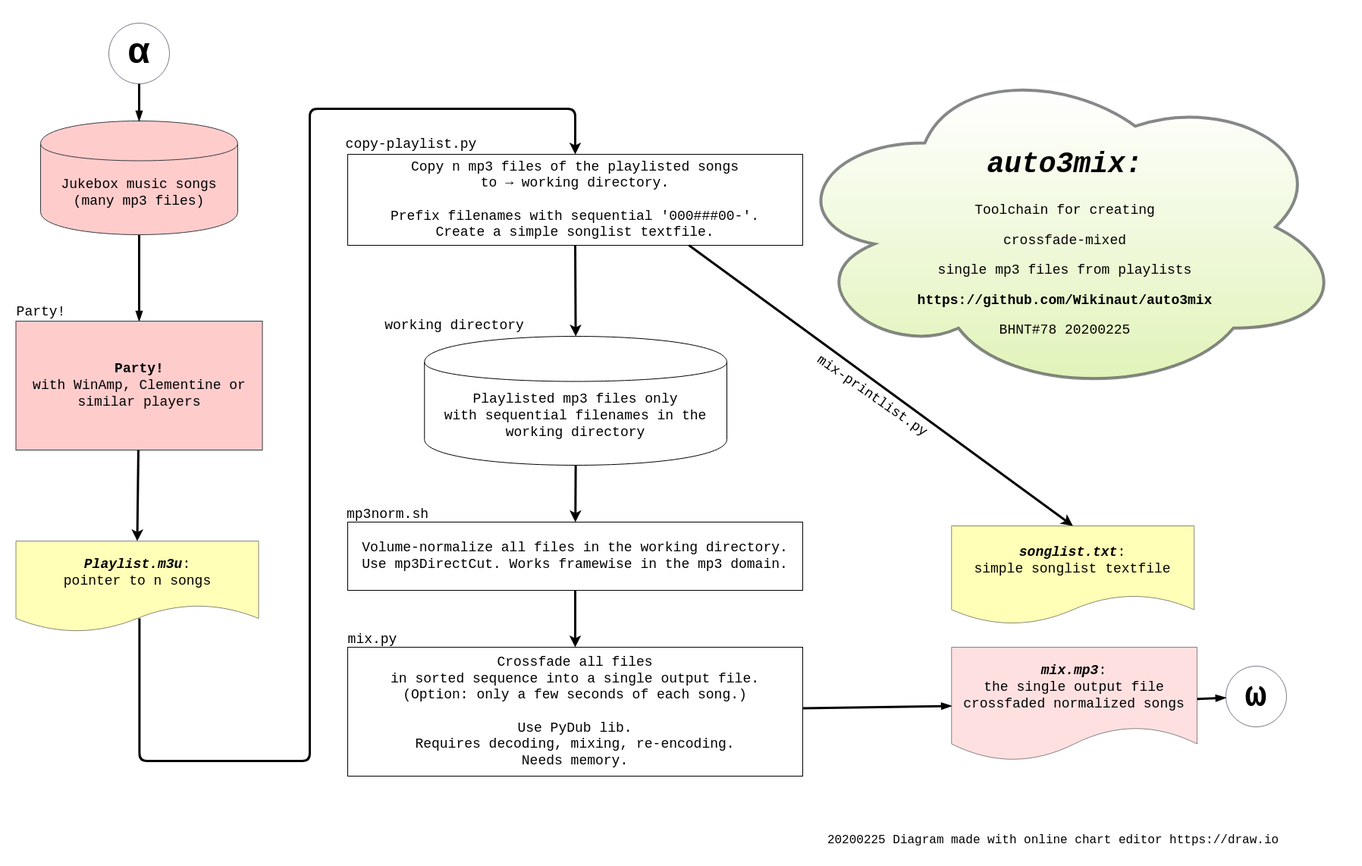
Above: auto3mix.png in Wikinaut/auto3mix (draw.io), before the change. Source tidied: cells renumbered, new cells last; positions are measured from the earlier drawing's top-left corner, leaving out a move shared by most shapes.
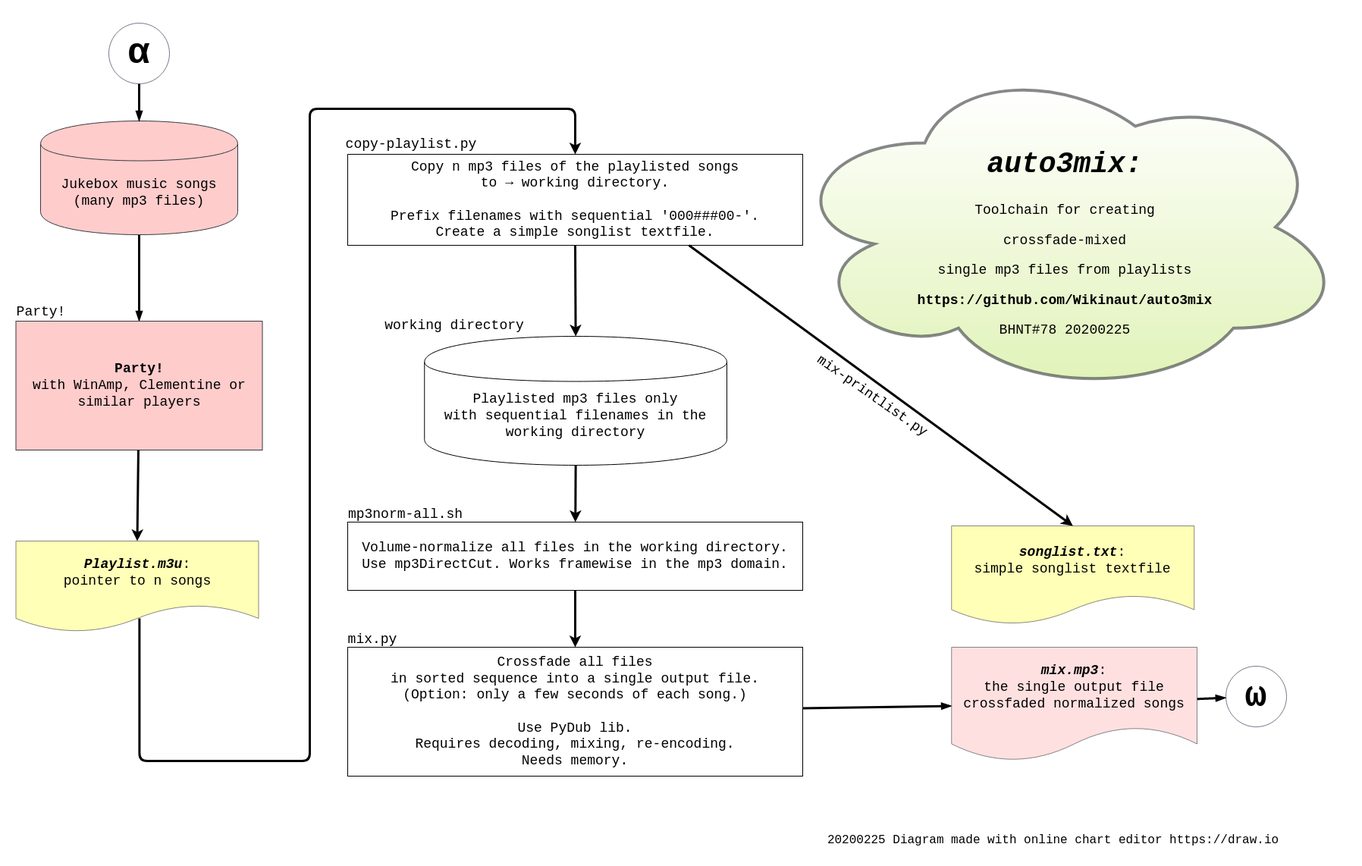
Later version of the same file.

What changed in the source:
```diff
@@ -90,8 +90,8 @@
     <mxCell id="28" value="&lt;div style=&quot;font-size: 16px&quot;&gt;20200225 Diagram made with online chart editor https://draw.io&lt;/div&gt;" style="text;html=1;strokeColor=none;fillColor=none;align=center;verticalAlign=middle;whiteSpace=wrap;rounded=0;shadow=0;fontFamily=Courier New;fontSize=18;opacity=60;rotation=0;" parent="1" vertex="1">
       <mxGeometry x="1010" y="1062" width="717" height="29" as="geometry" />
     </mxCell>
-    <mxCell id="29" value="&lt;div&gt;mp3norm.sh&lt;/div&gt;" style="text;html=1;strokeColor=none;fillColor=none;align=center;verticalAlign=middle;whiteSpace=wrap;rounded=0;shadow=0;fontFamily=Courier New;fontSize=18;opacity=60;" parent="1" vertex="1">
-      <mxGeometry x="471" y="638" width="40" height="20" as="geometry" />
+    <mxCell id="29" value="&lt;div&gt;mp3norm-all.sh&lt;/div&gt;" style="text;html=1;strokeColor=none;fillColor=none;align=center;verticalAlign=middle;whiteSpace=wrap;rounded=0;shadow=0;fontFamily=Courier New;fontSize=18;opacity=60;" parent="1" vertex="1">
+      <mxGeometry x="422" y="638" width="185" height="20" as="geometry" />
     </mxCell>
     <mxCell id="30" style="edgeStyle=none;orthogonalLoop=1;jettySize=auto;html=1;exitX=0.5;exitY=1;exitDx=0;exitDy=0;endArrow=blockThin;endFill=1;strokeWidth=3;fontFamily=Courier New;fontSize=18;" parent="1" edge="1" source="29" target="29">
       <mxGeometry relative="1" as="geometry" />
```
